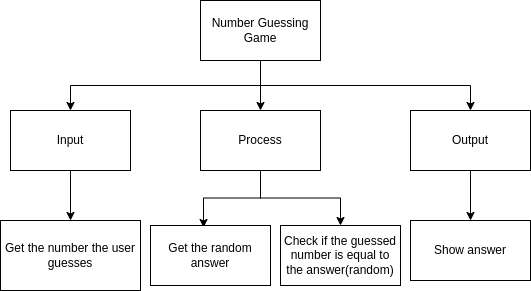
Yiyun-Qin/ICS3U-Unit4-04-Python keeps this draw.io diagram as design.number_guess.top-down.png. Above is the earlier version. Source tidied: cells renumbered, new cells last; positions are measured from the earlier drawing's top-left corner, leaving out a move shared by most shapes. The source it was exported from:
```xml
<mxGraphModel>
  <root>
    <mxCell id="0" />
    <mxCell id="1" parent="0" />
    <mxCell id="2" style="edgeStyle=orthogonalEdgeStyle;html=1;exitX=0.5;exitY=1;exitDx=0;exitDy=0;entryX=0.5;entryY=0;entryDx=0;entryDy=0;rounded=0;" parent="1" edge="1" source="5" target="7">
      <mxGeometry relative="1" as="geometry" />
    </mxCell>
    <mxCell id="3" style="edgeStyle=orthogonalEdgeStyle;rounded=0;html=1;exitX=0.5;exitY=1;exitDx=0;exitDy=0;entryX=0.5;entryY=0;entryDx=0;entryDy=0;" parent="1" edge="1" source="5" target="10">
      <mxGeometry relative="1" as="geometry" />
    </mxCell>
    <mxCell id="4" style="edgeStyle=orthogonalEdgeStyle;rounded=0;html=1;exitX=0.5;exitY=1;exitDx=0;exitDy=0;entryX=0.5;entryY=0;entryDx=0;entryDy=0;" parent="1" edge="1" source="5" target="12">
      <mxGeometry relative="1" as="geometry" />
    </mxCell>
    <mxCell id="5" value="Number Guessing Game" style="rounded=0;whiteSpace=wrap;html=1;" parent="1" vertex="1">
      <mxGeometry x="200" width="120" height="60" as="geometry" />
    </mxCell>
    <mxCell id="6" style="edgeStyle=orthogonalEdgeStyle;rounded=0;html=1;exitX=0.5;exitY=1;exitDx=0;exitDy=0;entryX=0.5;entryY=0;entryDx=0;entryDy=0;" parent="1" edge="1" source="7" target="13">
      <mxGeometry relative="1" as="geometry" />
    </mxCell>
    <mxCell id="7" value="Input" style="rounded=0;whiteSpace=wrap;html=1;" parent="1" vertex="1">
      <mxGeometry x="10" y="110" width="120" height="60" as="geometry" />
    </mxCell>
    <mxCell id="8" style="edgeStyle=orthogonalEdgeStyle;rounded=0;html=1;exitX=0.5;exitY=1;exitDx=0;exitDy=0;entryX=0.5;entryY=0;entryDx=0;entryDy=0;" parent="1" edge="1" source="10" target="14">
      <mxGeometry relative="1" as="geometry" />
    </mxCell>
    <mxCell id="9" style="edgeStyle=orthogonalEdgeStyle;html=1;exitX=0.5;exitY=1;exitDx=0;exitDy=0;entryX=0.442;entryY=0.033;entryDx=0;entryDy=0;entryPerimeter=0;rounded=0;" parent="1" edge="1" source="10" target="16">
      <mxGeometry relative="1" as="geometry" />
    </mxCell>
    <mxCell id="10" value="Process" style="rounded=0;whiteSpace=wrap;html=1;" parent="1" vertex="1">
      <mxGeometry x="200" y="110" width="120" height="60" as="geometry" />
    </mxCell>
    <mxCell id="11" style="edgeStyle=orthogonalEdgeStyle;rounded=0;html=1;exitX=0.5;exitY=1;exitDx=0;exitDy=0;entryX=0.5;entryY=0;entryDx=0;entryDy=0;" parent="1" edge="1" source="12" target="15">
      <mxGeometry relative="1" as="geometry" />
    </mxCell>
    <mxCell id="12" value="Output" style="rounded=0;whiteSpace=wrap;html=1;" parent="1" vertex="1">
      <mxGeometry x="410" y="110" width="120" height="60" as="geometry" />
    </mxCell>
    <mxCell id="13" value="Get the number the user guesses" style="rounded=0;whiteSpace=wrap;html=1;" parent="1" vertex="1">
      <mxGeometry y="220" width="140" height="70" as="geometry" />
    </mxCell>
    <mxCell id="14" value="Check if the guessed number is equal to the answer(random)" style="rounded=0;whiteSpace=wrap;html=1;" parent="1" vertex="1">
      <mxGeometry x="280" y="225" width="120" height="60" as="geometry" />
    </mxCell>
    <mxCell id="15" value="Show answer" style="rounded=0;whiteSpace=wrap;html=1;" parent="1" vertex="1">
      <mxGeometry x="410" y="220" width="120" height="60" as="geometry" />
    </mxCell>
    <mxCell id="16" value="Get the random answer" style="rounded=0;whiteSpace=wrap;html=1;" parent="1" vertex="1">
      <mxGeometry x="150" y="225" width="120" height="60" as="geometry" />
    </mxCell>
  </root>
</mxGraphModel>
```
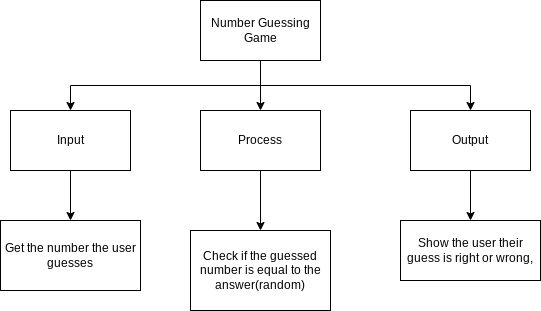
The same diagram one commit later.

Diff of the diagram source:
```diff
@@ -23,9 +23,6 @@
     <mxCell id="8" style="edgeStyle=orthogonalEdgeStyle;rounded=0;html=1;exitX=0.5;exitY=1;exitDx=0;exitDy=0;entryX=0.5;entryY=0;entryDx=0;entryDy=0;" parent="1" edge="1" source="10" target="14">
       <mxGeometry relative="1" as="geometry" />
     </mxCell>
-    <mxCell id="9" style="edgeStyle=orthogonalEdgeStyle;html=1;exitX=0.5;exitY=1;exitDx=0;exitDy=0;entryX=0.442;entryY=0.033;entryDx=0;entryDy=0;entryPerimeter=0;rounded=0;" parent="1" edge="1" source="10" target="16">
-      <mxGeometry relative="1" as="geometry" />
-    </mxCell>
     <mxCell id="10" value="Process" style="rounded=0;whiteSpace=wrap;html=1;" parent="1" vertex="1">
       <mxGeometry x="200" y="110" width="120" height="60" as="geometry" />
     </mxCell>
@@ -39,13 +36,10 @@
       <mxGeometry y="220" width="140" height="70" as="geometry" />
     </mxCell>
     <mxCell id="14" value="Check if the guessed number is equal to the answer(random)" style="rounded=0;whiteSpace=wrap;html=1;" parent="1" vertex="1">
-      <mxGeometry x="280" y="225" width="120" height="60" as="geometry" />
+      <mxGeometry x="190" y="230" width="140" height="80" as="geometry" />
     </mxCell>
-    <mxCell id="15" value="Show answer" style="rounded=0;whiteSpace=wrap;html=1;" parent="1" vertex="1">
-      <mxGeometry x="410" y="220" width="120" height="60" as="geometry" />
+    <mxCell id="15" value="Show the user their guess is right or wrong," style="rounded=0;whiteSpace=wrap;html=1;" parent="1" vertex="1">
+      <mxGeometry x="400" y="220" width="140" height="60" as="geometry" />
     </mxCell>
-    <mxCell id="16" value="Get the random answer" style="rounded=0;whiteSpace=wrap;html=1;" parent="1" vertex="1">
-      <mxGeometry x="150" y="225" width="120" height="60" as="geometry" />
-    </mxCell>
   </root>
 </mxGraphModel>
```
